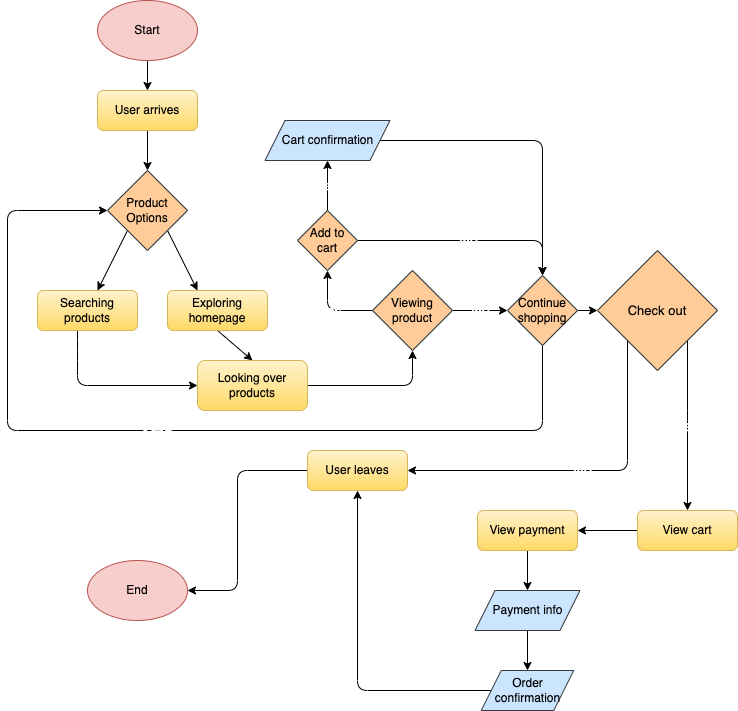
Earlier version of the draw.io export explore/diagramming/diagram.drawio.png (jgeng99/sp23-cse110-lab4). Source tidied: cells renumbered, new cells last; positions are measured from the earlier drawing's top-left corner, leaving out a move shared by most shapes.
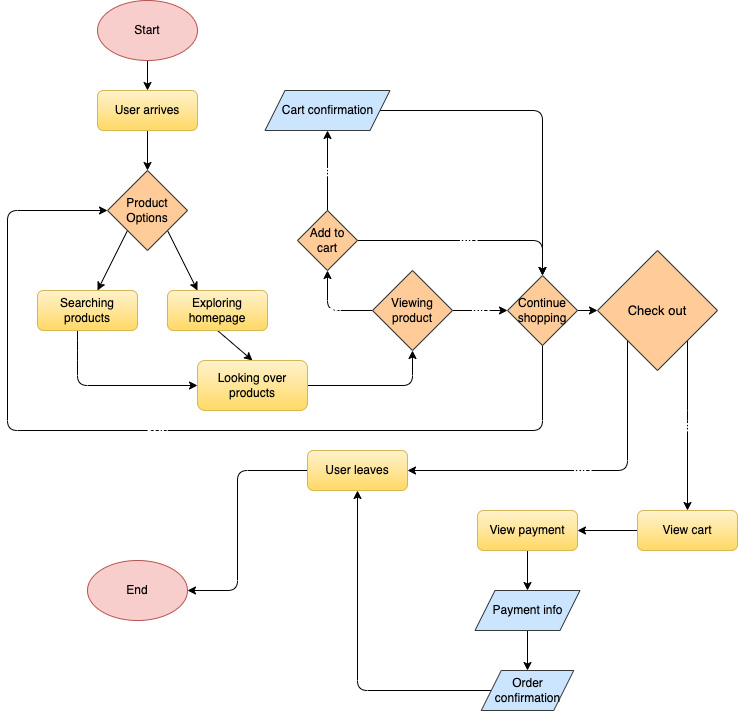
The same file after the commit.

Diff of the diagram source:
```diff
@@ -56,7 +56,7 @@
       <mxGeometry x="90" y="90" width="100" height="40" as="geometry" />
     </mxCell>
     <mxCell id="15" value="Yes" style="edgeStyle=none;html=1;exitX=0;exitY=0.5;exitDx=0;exitDy=0;entryX=0.5;entryY=1;entryDx=0;entryDy=0;labelBackgroundColor=none;fontSize=15;fontColor=#FFFFFF;" parent="1" edge="1" source="17" target="20">
-      <mxGeometry relative="1" as="geometry">
+      <mxGeometry x="0.01" relative="1" as="geometry">
         <Array as="points">
           <mxPoint x="320" y="310" />
         </Array>
@@ -68,7 +68,7 @@
     <mxCell id="17" value="&lt;font color=&quot;#000000&quot;&gt;Viewing product&lt;/font&gt;" style="rhombus;whiteSpace=wrap;html=1;fillColor=#ffcc99;strokeColor=#36393d;" parent="1" vertex="1">
       <mxGeometry x="365" y="270" width="80" height="80" as="geometry" />
     </mxCell>
-    <mxCell id="18" value="&lt;font style=&quot;font-size: 13px;&quot;&gt;Yes&lt;/font&gt;" style="edgeStyle=none;html=1;exitX=0.5;exitY=0;exitDx=0;exitDy=0;entryX=0.5;entryY=1;entryDx=0;entryDy=0;labelBackgroundColor=none;fontColor=#FFFFFF;" parent="1" edge="1" source="20" target="25">
+    <mxCell id="18" value="&lt;font style=&quot;font-size: 15px;&quot;&gt;Yes&lt;/font&gt;" style="edgeStyle=none;html=1;exitX=0.5;exitY=0;exitDx=0;exitDy=0;entryX=0.5;entryY=1;entryDx=0;entryDy=0;labelBackgroundColor=none;fontColor=#FFFFFF;" parent="1" edge="1" source="20" target="25">
       <mxGeometry relative="1" as="geometry" />
     </mxCell>
     <mxCell id="19" value="No" style="edgeStyle=none;html=1;exitX=1;exitY=0.5;exitDx=0;exitDy=0;entryX=0.5;entryY=0;entryDx=0;entryDy=0;labelBackgroundColor=none;fontSize=15;fontColor=#FFFFFF;" parent="1" edge="1" source="20" target="23">
@@ -81,7 +81,7 @@
     <mxCell id="20" value="&lt;font color=&quot;#000000&quot;&gt;Add to cart&lt;/font&gt;" style="rhombus;whiteSpace=wrap;html=1;fillColor=#ffcc99;strokeColor=#36393d;" parent="1" vertex="1">
       <mxGeometry x="290" y="210" width="60" height="60" as="geometry" />
     </mxCell>
-    <mxCell id="21" value="&lt;p&gt;&lt;font style=&quot;font-size: 24px;&quot;&gt;Yes&lt;/font&gt;&lt;/p&gt;" style="edgeStyle=none;html=1;exitX=0.5;exitY=1;exitDx=0;exitDy=0;entryX=0;entryY=0.5;entryDx=0;entryDy=0;labelBackgroundColor=none;fontColor=#FFFFFF;" parent="1" edge="1" source="23" target="6">
+    <mxCell id="21" value="&lt;p&gt;&lt;font style=&quot;font-size: 15px;&quot;&gt;Yes&lt;/font&gt;&lt;/p&gt;" style="edgeStyle=none;html=1;exitX=0.5;exitY=1;exitDx=0;exitDy=0;entryX=0;entryY=0.5;entryDx=0;entryDy=0;labelBackgroundColor=none;fontColor=#FFFFFF;" parent="1" edge="1" source="23" target="6">
       <mxGeometry relative="1" as="geometry">
         <Array as="points">
           <mxPoint x="535" y="430" />
@@ -99,12 +99,12 @@
     <mxCell id="24" style="edgeStyle=none;html=1;exitX=1;exitY=0.5;exitDx=0;exitDy=0;labelBackgroundColor=none;fontColor=#FFFFFF;entryX=0.5;entryY=0;entryDx=0;entryDy=0;" parent="1" edge="1" source="25" target="23">
       <mxGeometry relative="1" as="geometry">
         <Array as="points">
-          <mxPoint x="535" y="140" />
+          <mxPoint x="535" y="110" />
         </Array>
       </mxGeometry>
     </mxCell>
     <mxCell id="25" value="&lt;font color=&quot;#000000&quot;&gt;Cart confirmation&lt;br&gt;&lt;/font&gt;" style="shape=parallelogram;perimeter=parallelogramPerimeter;whiteSpace=wrap;html=1;fixedSize=1;fillColor=#cce5ff;strokeColor=#36393d;" parent="1" vertex="1">
-      <mxGeometry x="257.5" y="120" width="125" height="40" as="geometry" />
+      <mxGeometry x="257.5" y="90" width="125" height="40" as="geometry" />
     </mxCell>
     <mxCell id="26" value="&lt;font style=&quot;font-size: 15px;&quot;&gt;No&lt;/font&gt;" style="edgeStyle=none;html=1;exitX=0;exitY=1;exitDx=0;exitDy=0;entryX=1;entryY=0.5;entryDx=0;entryDy=0;labelBackgroundColor=none;fontSize=13;fontColor=#FFFFFF;" parent="1" edge="1" source="28" target="31">
       <mxGeometry relative="1" as="geometry">
```
